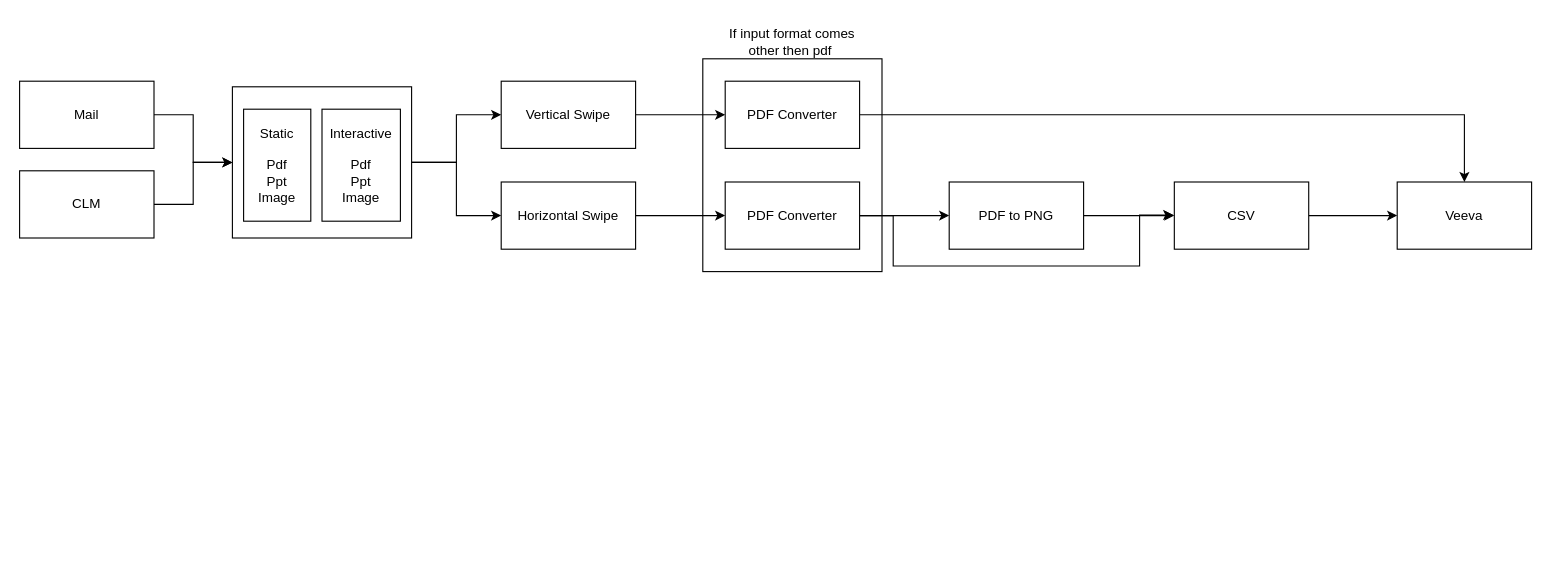
Before: Automation.drawio in Nikhil-keshri2213/DSA_Practice_Skills, a draw.io diagram. Source tidied: cells renumbered, new cells numbered last; positions are measured from the earlier drawing's top-left corner, leaving out a move shared by most shapes. Both pictures are drawn from the tidied source at 112%, with x=0, y=0 at pixel (19, 25).
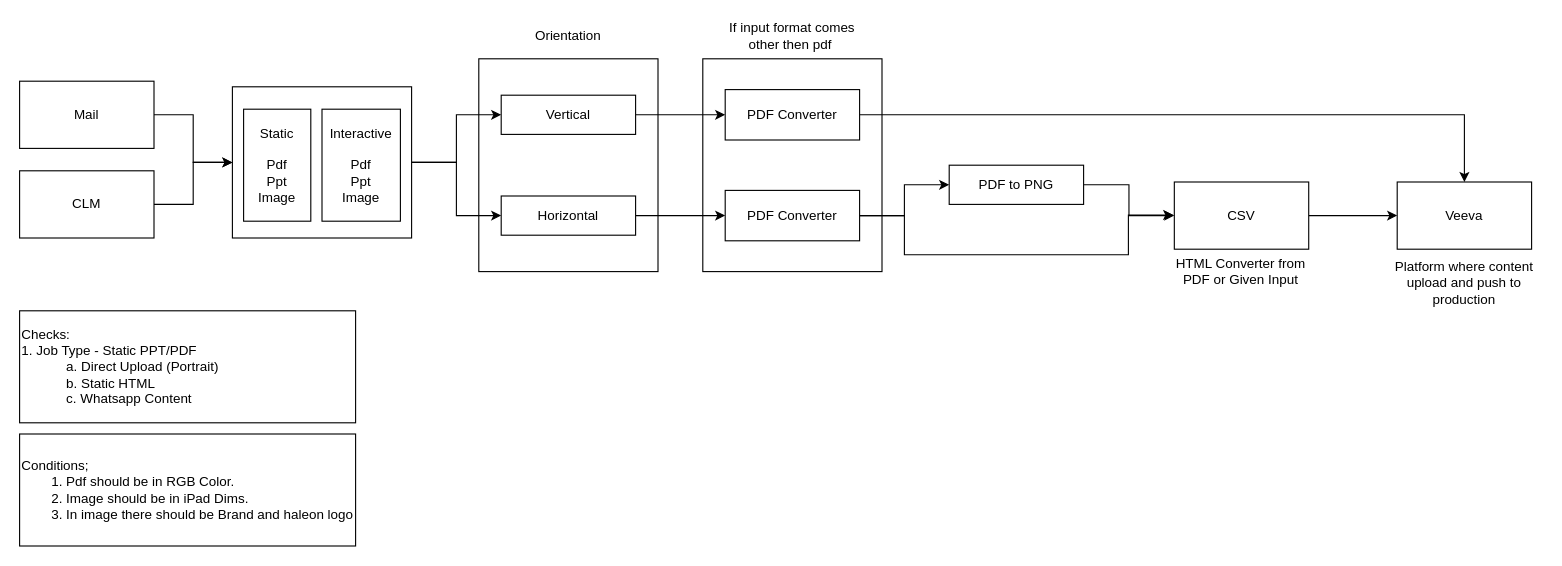
After the change.

Change to the diagram source:
```diff
@@
+    <mxCell id="27" style="rounded=0;whiteSpace=wrap;html=1;" parent="1" vertex="1">
+      <mxGeometry x="410" y="30" width="160" height="190" as="geometry" />
+    </mxCell>
@@
-    <mxCell id="14" value="Horizontal Swipe" style="rounded=0;whiteSpace=wrap;html=1;" parent="1" vertex="1">
-      <mxGeometry x="430" y="140" width="120" height="60" as="geometry" />
+    <mxCell id="14" value="Horizontal" style="rounded=0;whiteSpace=wrap;html=1;" parent="1" vertex="1">
+      <mxGeometry x="430" y="152.5" width="120" height="35" as="geometry" />
     </mxCell>
@@
-    <mxCell id="16" value="Vertical Swipe" style="rounded=0;whiteSpace=wrap;html=1;" parent="1" vertex="1">
-      <mxGeometry x="430" y="50" width="120" height="60" as="geometry" />
+    <mxCell id="16" value="Vertical" style="rounded=0;whiteSpace=wrap;html=1;" parent="1" vertex="1">
+      <mxGeometry x="430" y="62.5" width="120" height="35" as="geometry" />
     </mxCell>
@@
     <mxCell id="18" value="PDF Converter" style="rounded=0;whiteSpace=wrap;html=1;" parent="1" vertex="1">
-      <mxGeometry x="630" y="50" width="120" height="60" as="geometry" />
+      <mxGeometry x="630" y="57.5" width="120" height="45" as="geometry" />
     </mxCell>
     <mxCell id="19" value="If input format comes other then pdf&amp;nbsp;" style="text;html=1;whiteSpace=wrap;strokeColor=none;fillColor=none;align=center;verticalAlign=middle;rounded=0;" parent="1" vertex="1">
-      <mxGeometry x="625" width="130" height="30" as="geometry" />
+      <mxGeometry x="625" y="-5" width="130" height="30" as="geometry" />
     </mxCell>
@@
     <mxCell id="21" value="PDF to PNG" style="rounded=0;whiteSpace=wrap;html=1;" parent="1" vertex="1">
-      <mxGeometry x="830" y="140" width="120" height="60" as="geometry" />
+      <mxGeometry x="830" y="125" width="120" height="35" as="geometry" />
     </mxCell>
@@
     <mxCell id="23" style="edgeStyle=orthogonalEdgeStyle;rounded=0;jettySize=auto;html=1;exitX=1;exitY=0.5;exitDx=0;exitDy=0;" parent="1" edge="1" source="24">
       <mxGeometry relative="1" as="geometry">
         <mxPoint x="1030" y="169.5" as="targetPoint" />
         <Array as="points">
-          <mxPoint x="780" y="170" />
-          <mxPoint x="780" y="215" />
-          <mxPoint x="1000" y="215" />
-          <mxPoint x="1000" y="170" />
+          <mxPoint x="790" y="170" />
+          <mxPoint x="790" y="205" />
+          <mxPoint x="990" y="205" />
+          <mxPoint x="990" y="170" />
         </Array>
       </mxGeometry>
     </mxCell>
     <mxCell id="24" value="PDF Converter" style="rounded=0;whiteSpace=wrap;html=1;" parent="1" vertex="1">
-      <mxGeometry x="630" y="140" width="120" height="60" as="geometry" />
+      <mxGeometry x="630" y="147.5" width="120" height="45" as="geometry" />
     </mxCell>
@@
+    <mxCell id="28" value="Orientation" style="text;html=1;whiteSpace=wrap;strokeColor=none;fillColor=none;align=center;verticalAlign=middle;rounded=0;" parent="1" vertex="1">
+      <mxGeometry x="425" y="-5" width="130" height="30" as="geometry" />
+    </mxCell>
+    <mxCell id="29" value="Checks:&lt;div&gt;1. Job Type -&amp;nbsp;&lt;span style=&quot;background-color: transparent; color: light-dark(rgb(0, 0, 0), rgb(255, 255, 255));&quot;&gt;Static PPT/PDF&lt;/span&gt;&lt;/div&gt;&lt;blockquote style=&quot;margin: 0 0 0 40px; border: none; padding: 0px;&quot;&gt;&lt;div style=&quot;&quot;&gt;&lt;span style=&quot;background-color: transparent; color: light-dark(rgb(0, 0, 0), rgb(255, 255, 255));&quot;&gt;a. Direct Upload (Portrait)&lt;/span&gt;&lt;/div&gt;&lt;div style=&quot;&quot;&gt;&lt;span style=&quot;background-color: transparent; color: light-dark(rgb(0, 0, 0), rgb(255, 255, 255));&quot;&gt;b. Static HTML&lt;/span&gt;&lt;/div&gt;&lt;div style=&quot;&quot;&gt;&lt;span style=&quot;background-color: transparent; color: light-dark(rgb(0, 0, 0), rgb(255, 255, 255));&quot;&gt;c. Whatsapp Content&lt;/span&gt;&lt;/div&gt;&lt;/blockquote&gt;" style="rounded=0;whiteSpace=wrap;html=1;align=left;" parent="1" vertex="1">
+      <mxGeometry y="255" width="300" height="100" as="geometry" />
+    </mxCell>
+    <mxCell id="30" value="Conditions;&lt;div&gt;&lt;span style=&quot;white-space: pre;&quot;&gt;&#9;&lt;/span&gt;1. Pdf should be in RGB Color.&lt;br&gt;&lt;/div&gt;&lt;div&gt;&lt;span style=&quot;white-space: pre;&quot;&gt;&#9;&lt;/span&gt;2. Image should be in iPad Dims.&lt;/div&gt;&lt;div&gt;&lt;span style=&quot;white-space: pre;&quot;&gt;&#9;&lt;/span&gt;3. In image there should be Brand and haleon logo&lt;/div&gt;" style="rounded=0;whiteSpace=wrap;html=1;align=left;" parent="1" vertex="1">
+      <mxGeometry y="365" width="300" height="100" as="geometry" />
+    </mxCell>
+    <mxCell id="31" value="HTML Converter from PDF or Given Input" style="text;html=1;whiteSpace=wrap;strokeColor=none;fillColor=none;align=center;verticalAlign=middle;rounded=0;" parent="1" vertex="1">
+      <mxGeometry x="1031" y="205" width="119" height="30" as="geometry" />
+    </mxCell>
+    <mxCell id="32" value="Platform where content upload and push to production" style="text;html=1;whiteSpace=wrap;strokeColor=none;fillColor=none;align=center;verticalAlign=middle;rounded=0;" parent="1" vertex="1">
+      <mxGeometry x="1220" y="215" width="140" height="30" as="geometry" />
+    </mxCell>
```
